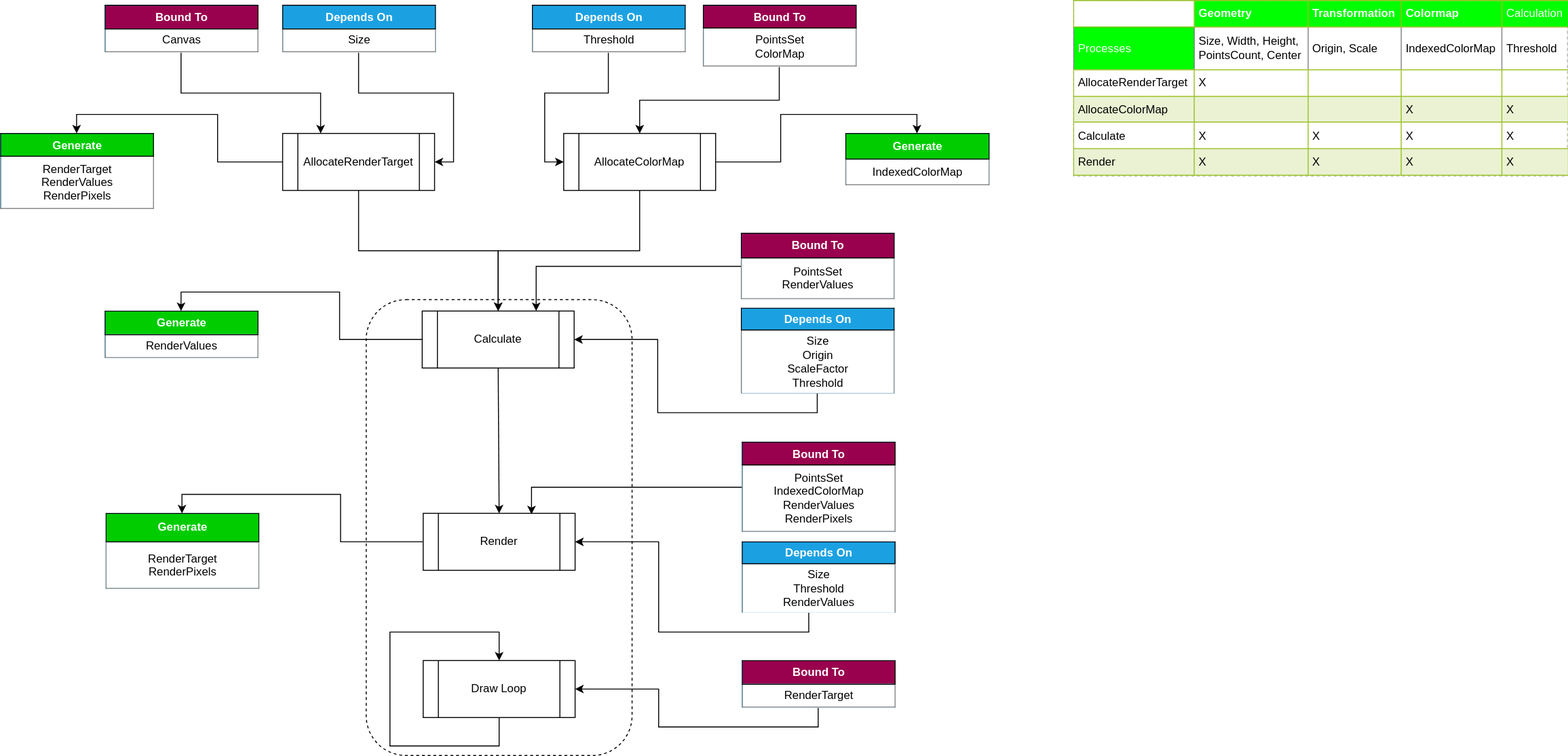
This is Docs/PointsSetControl Render Pipeline.svg from Dlizzz/CatsControls, a draw.io export, as it was before one commit. Source tidied: cells renumbered, new cells last; positions are measured from the earlier drawing's top-left corner, leaving out a move shared by most shapes.
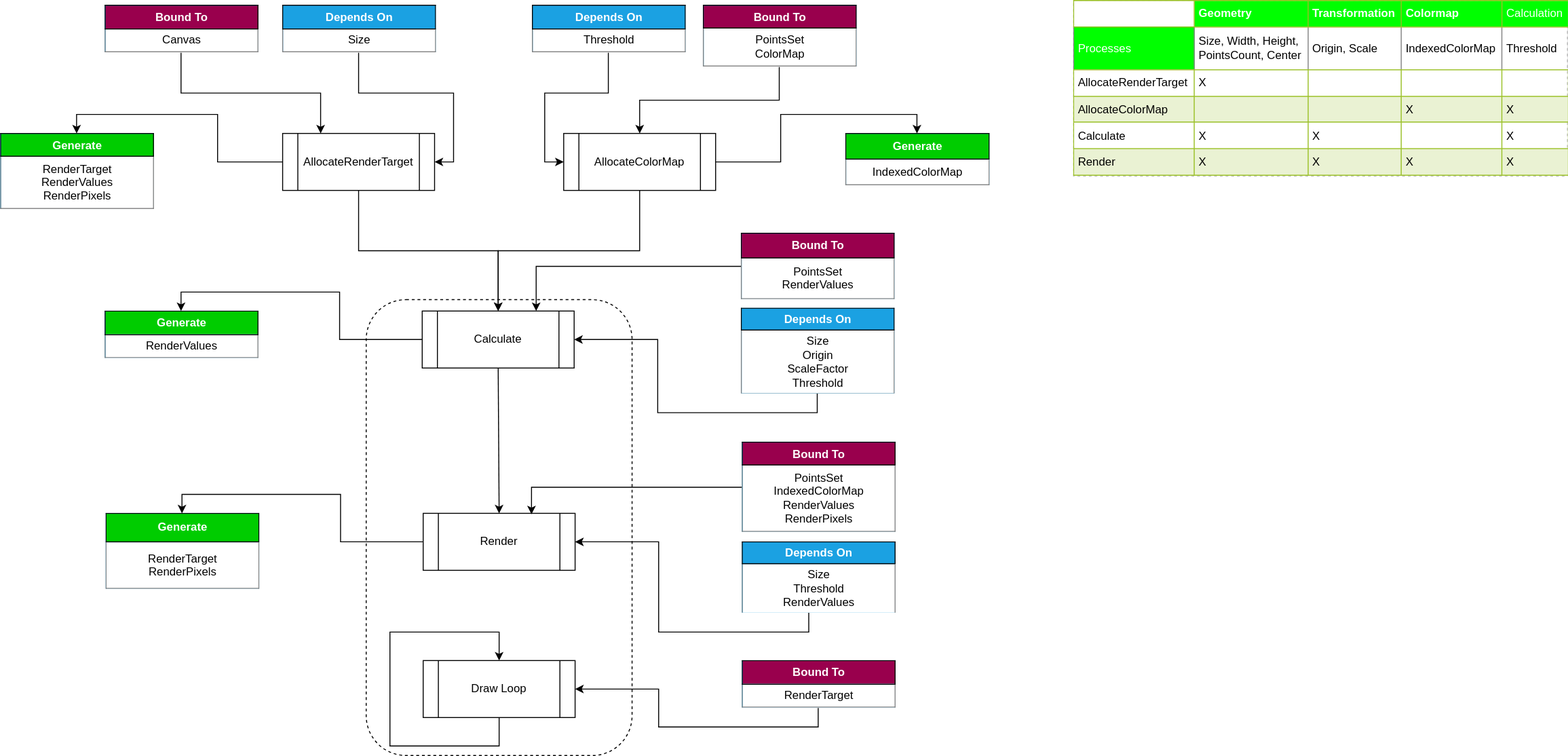
After the change.

Diff of the diagram source:
```diff
@@ -118,7 +118,7 @@
     <mxCell id="37" value="&lt;table border=&quot;1&quot; width=&quot;100%&quot; cellpadding=&quot;4&quot; style=&quot;width: 100% ; height: 100% ; border-collapse: collapse ; background-color: rgb(27 , 161 , 226)&quot;&gt;&lt;tbody&gt;&lt;tr&gt;&lt;th align=&quot;center&quot; style=&quot;border: 1px solid rgb(0 , 0 , 0) ; border-collapse: collapse ; background-color: rgb(153 , 0 , 77)&quot;&gt;&lt;font color=&quot;#ffffff&quot;&gt;Bound To&lt;/font&gt;&lt;/th&gt;&lt;/tr&gt;&lt;tr&gt;&lt;td align=&quot;center&quot; style=&quot;background-color: rgb(255 , 255 , 255)&quot;&gt;Canvas&lt;/td&gt;&lt;/tr&gt;&lt;/tbody&gt;&lt;/table&gt;" style="text;html=1;strokeColor=none;fillColor=none;overflow=fill;" parent="1" vertex="1">
       <mxGeometry x="110" y="5" width="160" height="50" as="geometry" />
     </mxCell>
-    <mxCell id="38" value="&lt;table border=&quot;1&quot; width=&quot;100%&quot; cellpadding=&quot;4&quot; style=&quot;width: 100% ; height: 100% ; border-collapse: collapse&quot; align=&quot;center&quot;&gt;&lt;tbody&gt;&lt;tr style=&quot;background-color: #a7c942 ; color: #ffffff ; border: 1px solid #98bf21&quot;&gt;&lt;td style=&quot;background-color: rgb(255 , 255 , 255)&quot;&gt;&lt;br&gt;&lt;/td&gt;&lt;th align=&quot;left&quot; style=&quot;background-color: rgb(0 , 255 , 0)&quot;&gt;Geometry&lt;/th&gt;&lt;th align=&quot;left&quot; style=&quot;background-color: rgb(0 , 255 , 0)&quot;&gt;Transformation&lt;/th&gt;&lt;th align=&quot;left&quot; style=&quot;background-color: rgb(0 , 255 , 0)&quot;&gt;Colormap&lt;/th&gt;&lt;td style=&quot;background-color: rgb(0 , 255 , 0)&quot;&gt;Calculation&lt;/td&gt;&lt;/tr&gt;&lt;tr&gt;&lt;td style=&quot;background-color: rgb(0 , 255 , 0)&quot;&gt;&lt;font color=&quot;#ffffff&quot;&gt;Processes&lt;/font&gt;&lt;/td&gt;&lt;td&gt;Size, Width, Height, &lt;br&gt;PointsCount, Center&lt;/td&gt;&lt;td&gt;Origin, Scale&lt;/td&gt;&lt;td&gt;IndexedColorMap&lt;/td&gt;&lt;td&gt;Threshold&lt;/td&gt;&lt;/tr&gt;&lt;tr style=&quot;border: 1px solid #98bf21&quot;&gt;&lt;td&gt;AllocateRenderTarget&lt;/td&gt;&lt;td&gt;X&lt;/td&gt;&lt;td&gt;&lt;br&gt;&lt;/td&gt;&lt;td&gt;&lt;br&gt;&lt;/td&gt;&lt;td&gt;&lt;br&gt;&lt;/td&gt;&lt;/tr&gt;&lt;tr style=&quot;background-color: #eaf2d3 ; border: 1px solid #98bf21&quot;&gt;&lt;td&gt;AllocateColorMap&lt;/td&gt;&lt;td&gt;&lt;br&gt;&lt;/td&gt;&lt;td&gt;&lt;br&gt;&lt;/td&gt;&lt;td&gt;X&lt;/td&gt;&lt;td&gt;X&lt;/td&gt;&lt;/tr&gt;&lt;tr style=&quot;border: 1px solid #98bf21&quot;&gt;&lt;td&gt;Calculate&lt;/td&gt;&lt;td&gt;X&lt;/td&gt;&lt;td&gt;X&lt;/td&gt;&lt;td&gt;X&lt;/td&gt;&lt;td&gt;X&lt;/td&gt;&lt;/tr&gt;&lt;tr style=&quot;background-color: #eaf2d3 ; border: 1px solid #98bf21&quot;&gt;&lt;td&gt;Render&lt;/td&gt;&lt;td&gt;X&lt;/td&gt;&lt;td&gt;X&lt;/td&gt;&lt;td&gt;X&lt;/td&gt;&lt;td&gt;X&lt;/td&gt;&lt;/tr&gt;&lt;/tbody&gt;&lt;/table&gt;" style="text;html=1;strokeColor=#c0c0c0;fillColor=#ffffff;overflow=fill;rounded=0;dashed=1;" parent="1" vertex="1">
+    <mxCell id="38" value="&lt;table border=&quot;1&quot; width=&quot;100%&quot; cellpadding=&quot;4&quot; style=&quot;width: 100% ; height: 100% ; border-collapse: collapse&quot; align=&quot;center&quot;&gt;&lt;tbody&gt;&lt;tr style=&quot;background-color: #a7c942 ; color: #ffffff ; border: 1px solid #98bf21&quot;&gt;&lt;td style=&quot;background-color: rgb(255 , 255 , 255)&quot;&gt;&lt;br&gt;&lt;/td&gt;&lt;th align=&quot;left&quot; style=&quot;background-color: rgb(0 , 255 , 0)&quot;&gt;Geometry&lt;/th&gt;&lt;th align=&quot;left&quot; style=&quot;background-color: rgb(0 , 255 , 0)&quot;&gt;Transformation&lt;/th&gt;&lt;th align=&quot;left&quot; style=&quot;background-color: rgb(0 , 255 , 0)&quot;&gt;Colormap&lt;/th&gt;&lt;td style=&quot;background-color: rgb(0 , 255 , 0)&quot;&gt;Calculation&lt;/td&gt;&lt;/tr&gt;&lt;tr&gt;&lt;td style=&quot;background-color: rgb(0 , 255 , 0)&quot;&gt;&lt;font color=&quot;#ffffff&quot;&gt;Processes&lt;/font&gt;&lt;/td&gt;&lt;td&gt;Size, Width, Height, &lt;br&gt;PointsCount, Center&lt;/td&gt;&lt;td&gt;Origin, Scale&lt;/td&gt;&lt;td&gt;IndexedColorMap&lt;/td&gt;&lt;td&gt;Threshold&lt;/td&gt;&lt;/tr&gt;&lt;tr style=&quot;border: 1px solid #98bf21&quot;&gt;&lt;td&gt;AllocateRenderTarget&lt;/td&gt;&lt;td&gt;X&lt;/td&gt;&lt;td&gt;&lt;br&gt;&lt;/td&gt;&lt;td&gt;&lt;br&gt;&lt;/td&gt;&lt;td&gt;&lt;br&gt;&lt;/td&gt;&lt;/tr&gt;&lt;tr style=&quot;background-color: #eaf2d3 ; border: 1px solid #98bf21&quot;&gt;&lt;td&gt;AllocateColorMap&lt;/td&gt;&lt;td&gt;&lt;br&gt;&lt;/td&gt;&lt;td&gt;&lt;br&gt;&lt;/td&gt;&lt;td&gt;X&lt;/td&gt;&lt;td&gt;X&lt;/td&gt;&lt;/tr&gt;&lt;tr style=&quot;border: 1px solid #98bf21&quot;&gt;&lt;td&gt;Calculate&lt;/td&gt;&lt;td&gt;X&lt;/td&gt;&lt;td&gt;X&lt;/td&gt;&lt;td&gt;&lt;br&gt;&lt;/td&gt;&lt;td&gt;X&lt;/td&gt;&lt;/tr&gt;&lt;tr style=&quot;background-color: #eaf2d3 ; border: 1px solid #98bf21&quot;&gt;&lt;td&gt;Render&lt;/td&gt;&lt;td&gt;X&lt;/td&gt;&lt;td&gt;X&lt;/td&gt;&lt;td&gt;X&lt;/td&gt;&lt;td&gt;X&lt;/td&gt;&lt;/tr&gt;&lt;/tbody&gt;&lt;/table&gt;" style="text;html=1;strokeColor=#c0c0c0;fillColor=#ffffff;overflow=fill;rounded=0;dashed=1;" parent="1" vertex="1">
       <mxGeometry x="1130" width="520" height="185" as="geometry" />
     </mxCell>
   </root>
```
